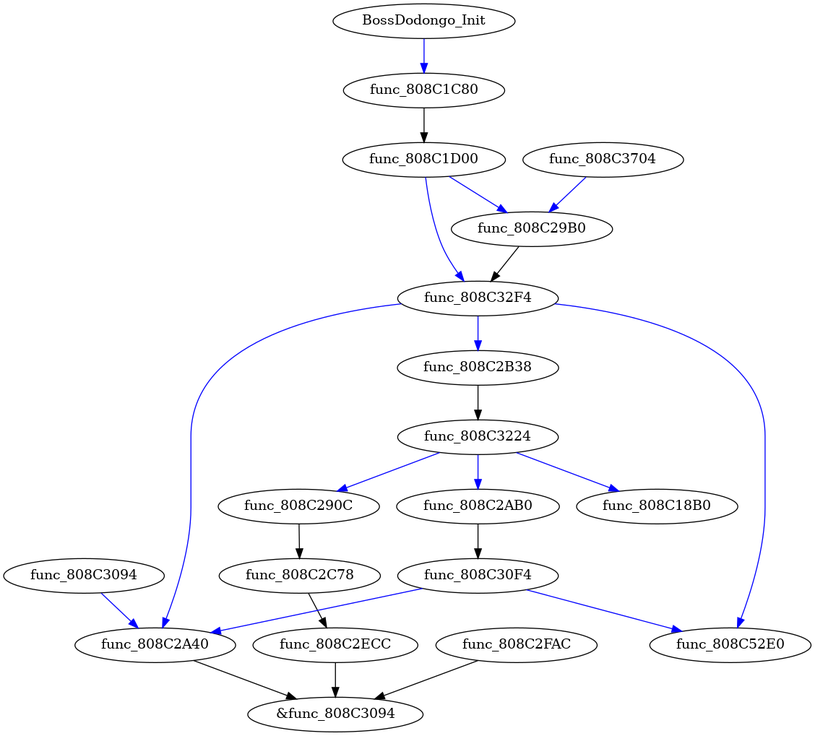
The Graphviz diagram graphs/Boss_Dodongo.gv.png in zeldaret/oot, before a commit. Its source is kept beside it as graphs/Boss_Dodongo.gv.
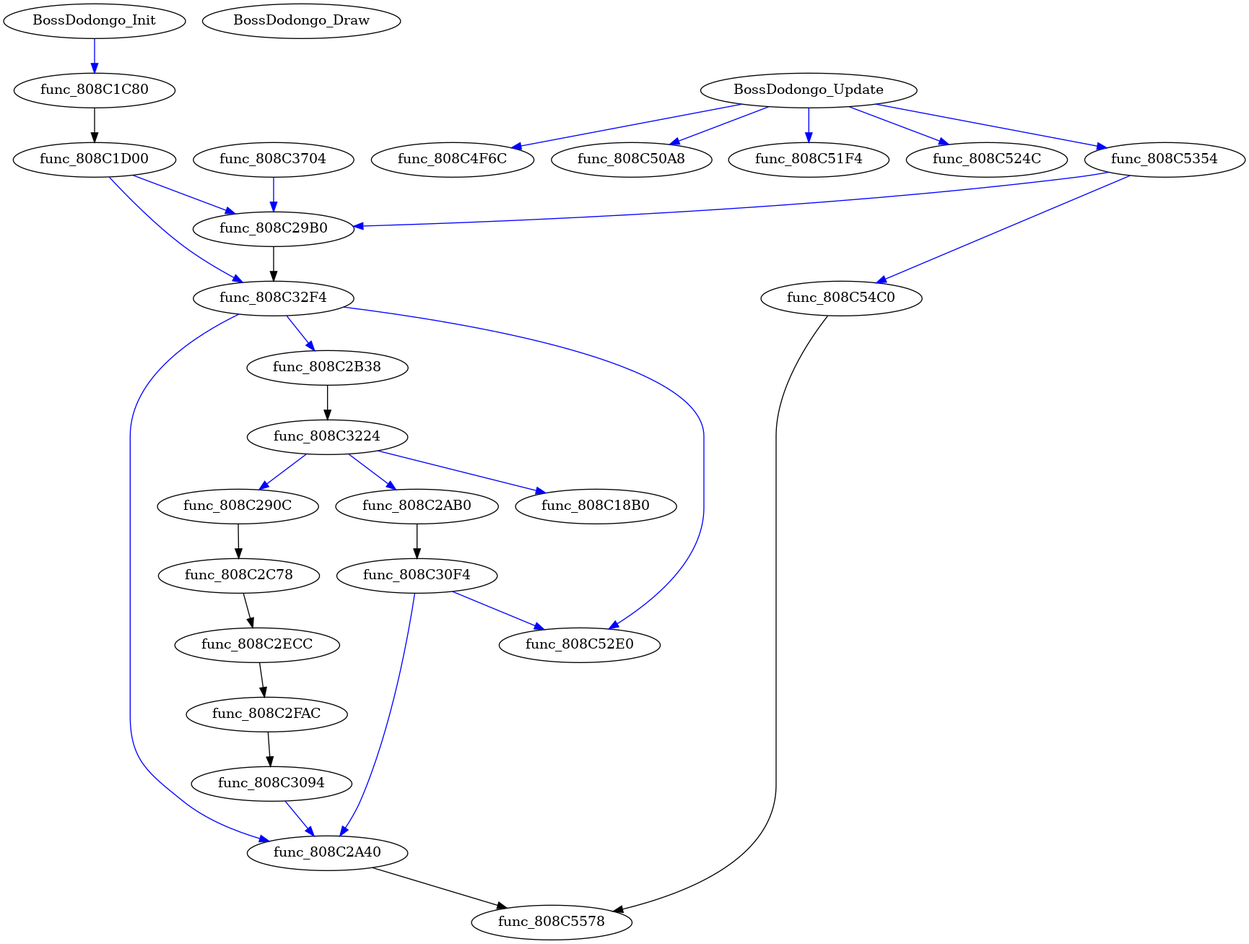
The same diagram one commit later.

Change to the diagram source:
```diff
@@ -1,5 +1,7 @@
 digraph {
 	1 [label=BossDodongo_Init]
+	17 [label=BossDodongo_Update]
+	20 [label=BossDodongo_Draw]
 	1 [label=BossDodongo_Init]
 	2 [label=func_808C1C80]
 	1 -> 2 [color=blue]
@@ -31,17 +33,17 @@
 	10 [label=func_808C2ECC]
 	9 -> 10 [color=Black]
 	10 [label=func_808C2ECC]
-	None [label="&func_808C2FAC"]
-	10 -> None [color=Black]
 	11 [label=func_808C2FAC]
-	None [label="&func_808C3094"]
-	11 -> None [color=Black]
+	10 -> 11 [color=Black]
+	11 [label=func_808C2FAC]
+	12 [label=func_808C3094]
+	11 -> 12 [color=Black]
 	12 [label=func_808C3094]
 	6 [label=func_808C2A40]
 	12 -> 6 [color=blue]
 	13 [label=func_808C30F4]
-	17 [label=func_808C52E0]
-	13 -> 17 [color=blue]
+	25 [label=func_808C52E0]
+	13 -> 25 [color=blue]
 	13 [label=func_808C30F4]
 	6 [label=func_808C2A40]
 	13 -> 6 [color=blue]
@@ -58,12 +60,36 @@
 	8 [label=func_808C2B38]
 	15 -> 8 [color=blue]
 	15 [label=func_808C32F4]
-	17 [label=func_808C52E0]
-	15 -> 17 [color=blue]
+	25 [label=func_808C52E0]
+	15 -> 25 [color=blue]
 	15 [label=func_808C32F4]
 	6 [label=func_808C2A40]
 	15 -> 6 [color=blue]
 	16 [label=func_808C3704]
 	5 [label=func_808C29B0]
 	16 -> 5 [color=blue]
+	17 [label=BossDodongo_Update]
+	21 [label=func_808C4F6C]
+	17 -> 21 [color=blue]
+	17 [label=BossDodongo_Update]
+	22 [label=func_808C50A8]
+	17 -> 22 [color=blue]
+	17 [label=BossDodongo_Update]
+	23 [label=func_808C51F4]
+	17 -> 23 [color=blue]
+	17 [label=BossDodongo_Update]
+	24 [label=func_808C524C]
+	17 -> 24 [color=blue]
+	17 [label=BossDodongo_Update]
+	26 [label=func_808C5354]
+	17 -> 26 [color=blue]
+	26 [label=func_808C5354]
+	27 [label=func_808C54C0]
+	26 -> 27 [color=blue]
+	26 [label=func_808C5354]
+	5 [label=func_808C29B0]
+	26 -> 5 [color=blue]
+	27 [label=func_808C54C0]
+	None [label=func_808C5578]
+	27 -> None [color=Black]
 }
```
